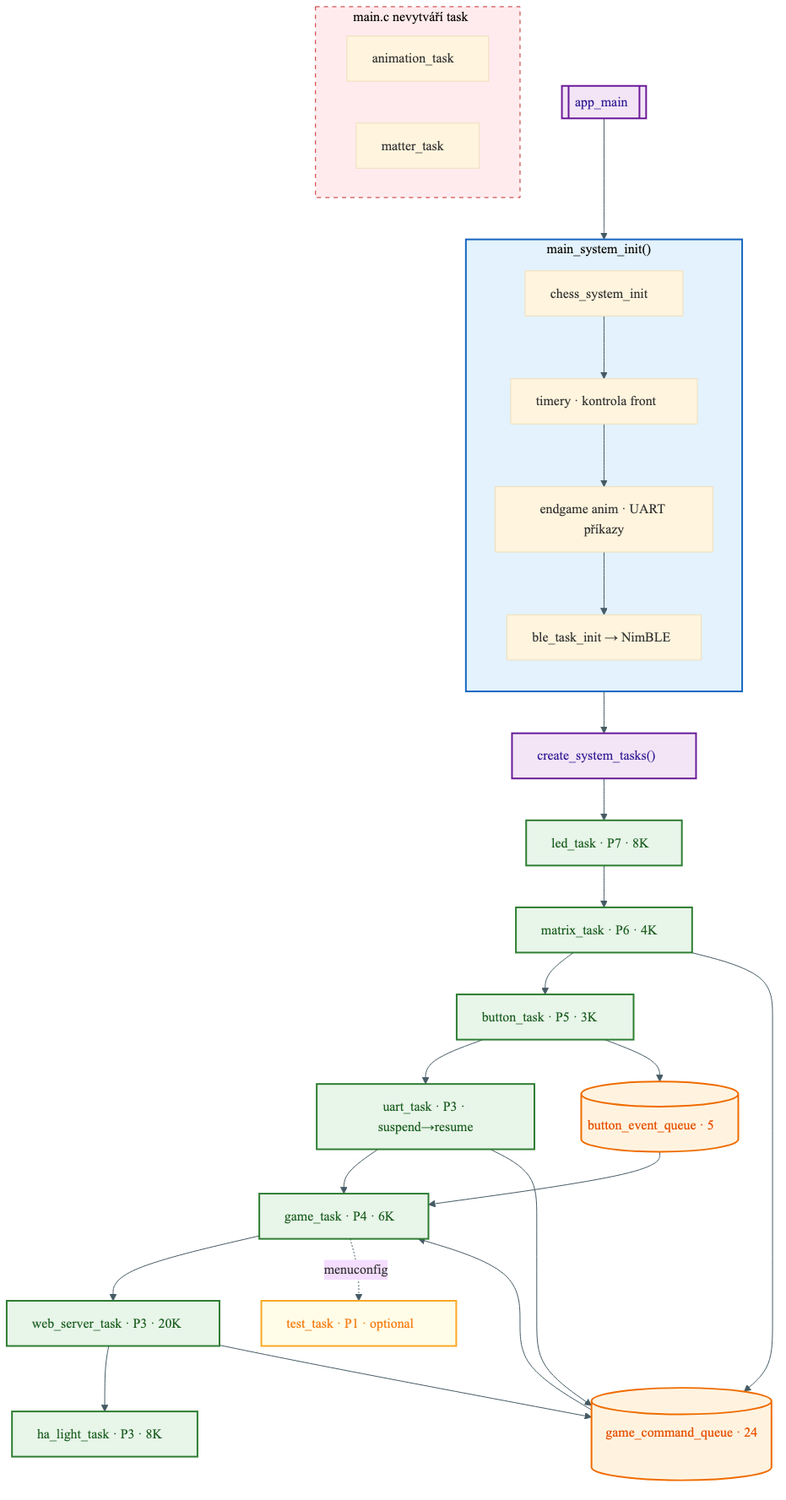
The Mermaid diagram docs/diagrams/tasks_architecture.png in AlfredKrutina/chess_esp32_c6_devkit, before a commit. Its source is kept beside it as docs/diagrams/sources/tasks_architecture.mmd.
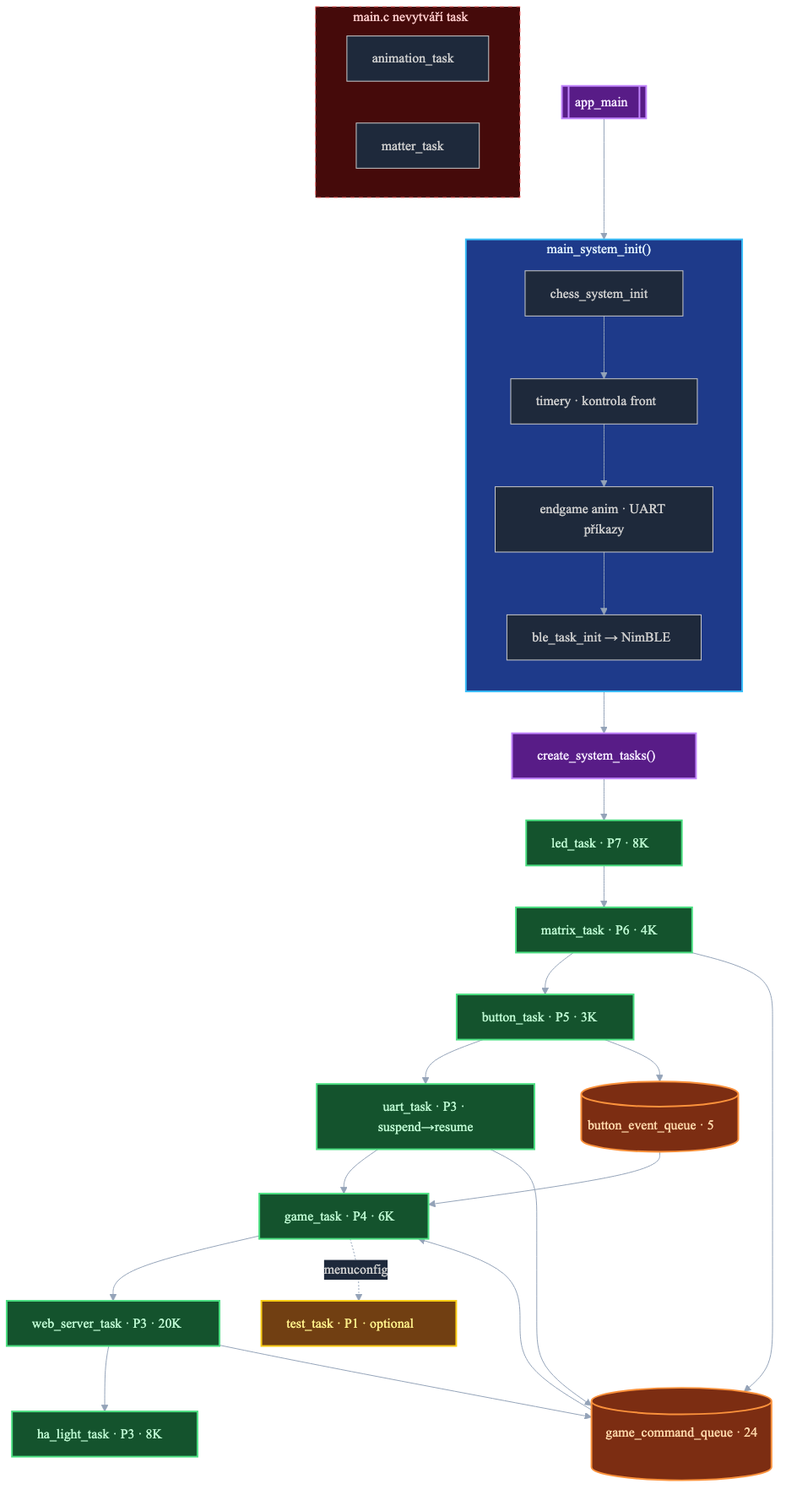
Later version of the same file.

Diff of the diagram source:
```diff
@@ -1,4 +1,4 @@
-%%{init: {'theme':'base', 'themeVariables': {'fontFamily':'system-ui,Segoe UI,sans-serif','lineColor':'#455a64','clusterBkg':'#fafafa'}}}%%
+%%{init: {'theme':'dark','themeVariables':{'fontFamily':'system-ui,Segoe UI,sans-serif','clusterBkg':'#0f172a','clusterBorder':'#334155','lineColor':'#94a3b8','primaryColor':'#1e293b','primaryTextColor':'#f1f5f9','primaryBorderColor':'#64748b','secondaryColor':'#334155','tertiaryColor':'#1e293b','edgeLabelBackground':'#1e293b','mainBkg':'#1e293b','titleColor':'#f8fafc'}}}%%
 flowchart TB
   subgraph SYS["main_system_init()"]
     direction TB
@@ -42,10 +42,10 @@
   BQ --> G
   GQ --> G
 
-  classDef mainN fill:#f3e5f5,stroke:#6a1b9a,stroke-width:2px,color:#311b92
-  classDef taskN fill:#e8f5e9,stroke:#2e7d32,stroke-width:2px,color:#1b5e20
-  classDef queueN fill:#fff3e0,stroke:#ef6c00,stroke-width:2px,color:#e65100
-  classDef optN fill:#fffde7,stroke:#f9a825,stroke-width:2px,color:#f57f17
+  classDef mainN fill:#581c87,stroke:#c084fc,stroke-width:2px,color:#f3e8ff
+  classDef taskN fill:#14532d,stroke:#4ade80,stroke-width:2px,color:#bbf7d0
+  classDef queueN fill:#7c2d12,stroke:#fb923c,stroke-width:2px,color:#fed7aa
+  classDef optN fill:#713f12,stroke:#facc15,stroke-width:2px,color:#fef08a
 
-  style SYS fill:#e3f2fd,stroke:#1565c0,stroke-width:2px
-  style OFF fill:#ffebee,stroke:#c62828,stroke-dasharray: 5 5
+  style SYS fill:#1e3a8a,stroke:#38bdf8,stroke-width:2px,color:#e0f2fe
+  style OFF fill:#450a0a,stroke:#f87171,stroke-dasharray: 5 5,color:#fecaca
```
